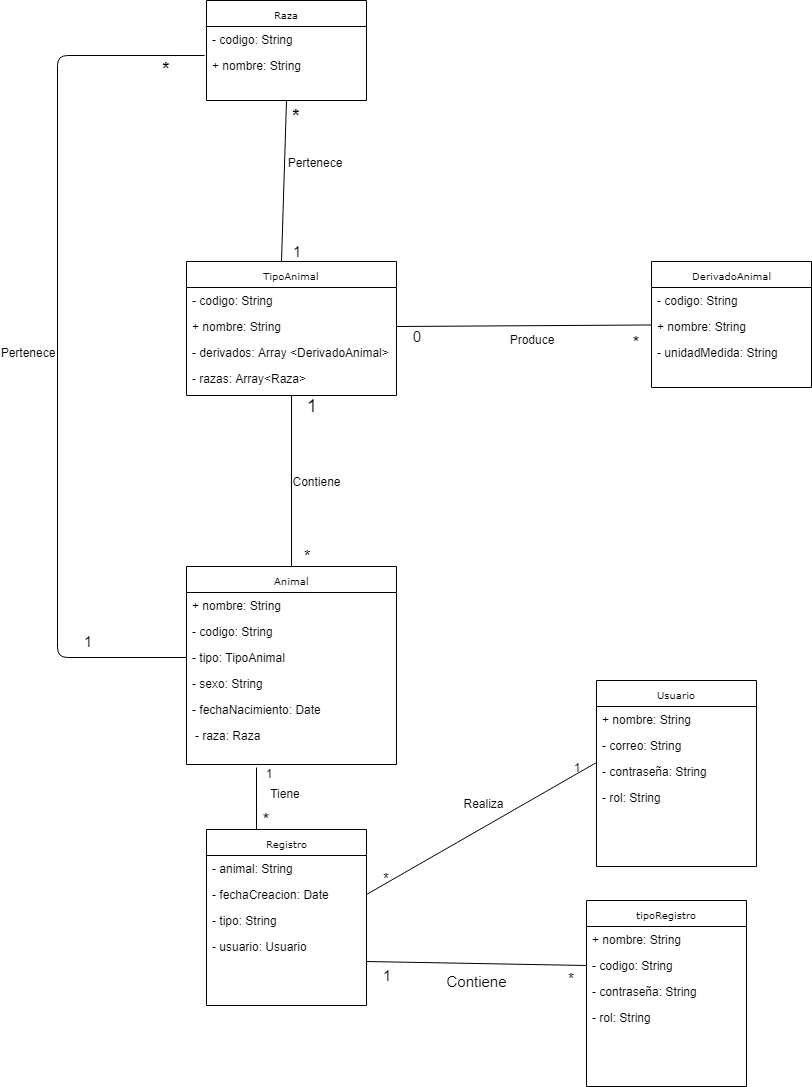
Above: doc/Diagrama de clases.png in daniellop199731/AnimalCareV2 (draw.io), before the change. Source tidied: cells renumbered, new cells last; positions are measured from the earlier drawing's top-left corner, leaving out a move shared by most shapes.
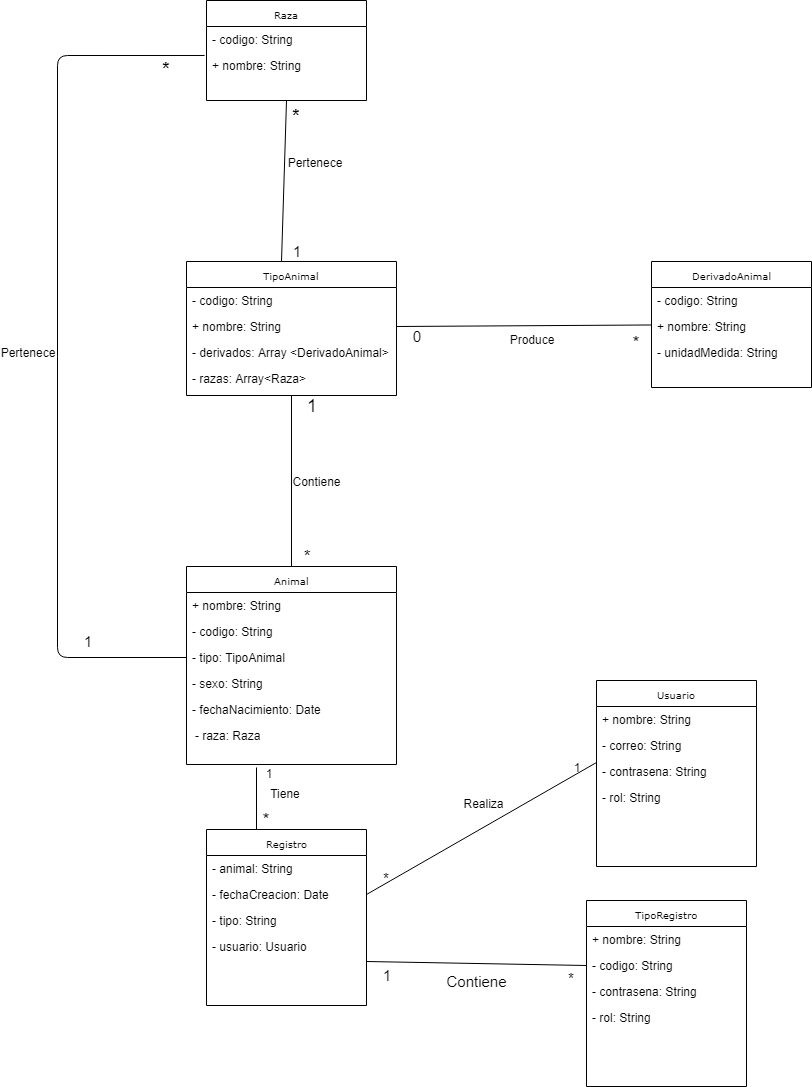
Later version of the same file.

Commit message:
Diagramas refinados

Change to the diagram source:
```diff
@@ -44,7 +44,7 @@
     <mxCell id="15" value="- correo: String" style="text;html=1;strokeColor=none;fillColor=none;align=left;verticalAlign=top;spacingLeft=4;spacingRight=4;whiteSpace=wrap;overflow=hidden;" parent="13" vertex="1">
       <mxGeometry y="52" width="160" height="26" as="geometry" />
     </mxCell>
-    <mxCell id="16" value="- contraseña: String" style="text;html=1;strokeColor=none;fillColor=none;align=left;verticalAlign=top;spacingLeft=4;spacingRight=4;whiteSpace=wrap;overflow=hidden;" parent="13" vertex="1">
+    <mxCell id="16" value="- contrasena: String" style="text;html=1;strokeColor=none;fillColor=none;align=left;verticalAlign=top;spacingLeft=4;spacingRight=4;whiteSpace=wrap;overflow=hidden;" parent="13" vertex="1">
       <mxGeometry y="78" width="160" height="26" as="geometry" />
     </mxCell>
     <mxCell id="17" value="- rol: String" style="text;html=1;strokeColor=none;fillColor=none;align=left;verticalAlign=top;spacingLeft=4;spacingRight=4;whiteSpace=wrap;overflow=hidden;" parent="13" vertex="1">
@@ -101,7 +101,7 @@
     <mxCell id="34" style="endArrow=none;html=1;exitX=1;exitY=0.5;exitDx=0;exitDy=0;" parent="1" edge="1" source="30" target="18">
       <mxGeometry relative="1" as="geometry" />
     </mxCell>
-    <mxCell id="35" value="tipoRegistro" style="swimlane;html=1;fontStyle=0;horizontal=1;startSize=26;fillColor=none;swimlaneFillColor=#ffffff;rounded=0;shadow=0;comic=0;labelBackgroundColor=none;strokeColor=#000000;strokeWidth=1;fontFamily=Verdana;fontSize=10;fontColor=#000000;align=center;" parent="1" vertex="1">
+    <mxCell id="35" value="TipoRegistro" style="swimlane;html=1;fontStyle=0;horizontal=1;startSize=26;fillColor=none;swimlaneFillColor=#ffffff;rounded=0;shadow=0;comic=0;labelBackgroundColor=none;strokeColor=#000000;strokeWidth=1;fontFamily=Verdana;fontSize=10;fontColor=#000000;align=center;" parent="1" vertex="1">
       <mxGeometry x="579" y="900" width="160" height="186" as="geometry" />
     </mxCell>
     <mxCell id="36" value="+ nombre: String" style="text;html=1;strokeColor=none;fillColor=none;align=left;verticalAlign=top;spacingLeft=4;spacingRight=4;whiteSpace=wrap;overflow=hidden;" parent="35" vertex="1">
@@ -110,7 +110,7 @@
     <mxCell id="37" value="- codigo: String" style="text;html=1;strokeColor=none;fillColor=none;align=left;verticalAlign=top;spacingLeft=4;spacingRight=4;whiteSpace=wrap;overflow=hidden;points=[[0,0.5],[1,0.5]];portConstraint=eastwest;" parent="35" vertex="1">
       <mxGeometry y="52" width="160" height="26" as="geometry" />
     </mxCell>
-    <mxCell id="38" value="- contraseña: String" style="text;html=1;strokeColor=none;fillColor=none;align=left;verticalAlign=top;spacingLeft=4;spacingRight=4;whiteSpace=wrap;overflow=hidden;" parent="35" vertex="1">
+    <mxCell id="38" value="- contrasena: String" style="text;html=1;strokeColor=none;fillColor=none;align=left;verticalAlign=top;spacingLeft=4;spacingRight=4;whiteSpace=wrap;overflow=hidden;" parent="35" vertex="1">
       <mxGeometry y="78" width="160" height="26" as="geometry" />
     </mxCell>
     <mxCell id="39" value="- rol: String" style="text;html=1;strokeColor=none;fillColor=none;align=left;verticalAlign=top;spacingLeft=4;spacingRight=4;whiteSpace=wrap;overflow=hidden;" parent="35" vertex="1">
```
